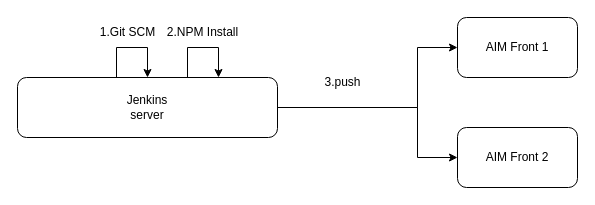
The draw.io diagram VF/aim-front-pipe.drawio in yeahsyoung/diagram, before the edit. Source tidied: cells renumbered, new cells numbered last; positions are measured from the earlier drawing's top-left corner, leaving out a move shared by most shapes. Both pictures are drawn from the tidied source at 100%, with x=0, y=0 at pixel (17, 17).
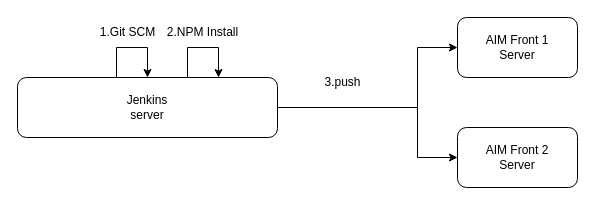
After the change.

Diff of the diagram source:
```diff
@@
 <mxGraphModel>
   <root>
     <mxCell id="0" />
     <mxCell id="1" parent="0" />
     <mxCell id="2" style="edgeStyle=orthogonalEdgeStyle;rounded=0;jettySize=auto;html=1;exitX=1;exitY=0.5;exitDx=0;exitDy=0;" parent="1" edge="1" source="4" target="5">
       <mxGeometry relative="1" as="geometry">
         <Array as="points">
           <mxPoint x="400" y="90" />
           <mxPoint x="400" y="30" />
         </Array>
       </mxGeometry>
     </mxCell>
     <mxCell id="3" style="edgeStyle=orthogonalEdgeStyle;rounded=0;jettySize=auto;html=1;exitX=1;exitY=0.5;exitDx=0;exitDy=0;" parent="1" edge="1" source="4" target="6">
       <mxGeometry relative="1" as="geometry">
         <Array as="points">
           <mxPoint x="400" y="90" />
           <mxPoint x="400" y="140" />
         </Array>
       </mxGeometry>
     </mxCell>
     <mxCell id="4" value="Jenkins&lt;br&gt;server" style="rounded=1;whiteSpace=wrap;html=1;align=center;" parent="1" vertex="1">
       <mxGeometry y="60" width="260" height="60" as="geometry" />
     </mxCell>
-    <mxCell id="5" value="AIM Front 1" style="rounded=1;whiteSpace=wrap;html=1;" parent="1" vertex="1">
+    <mxCell id="5" value="AIM Front 1&lt;br&gt;Server" style="rounded=1;whiteSpace=wrap;html=1;" parent="1" vertex="1">
       <mxGeometry x="440" width="120" height="60" as="geometry" />
     </mxCell>
-    <mxCell id="6" value="AIM Front 2" style="rounded=1;whiteSpace=wrap;html=1;" parent="1" vertex="1">
+    <mxCell id="6" value="AIM Front 2&lt;br&gt;Server" style="rounded=1;whiteSpace=wrap;html=1;" parent="1" vertex="1">
       <mxGeometry x="440" y="110" width="120" height="60" as="geometry" />
     </mxCell>
     <mxCell id="7" value="1.Git SCM" style="text;html=1;align=center;verticalAlign=middle;strokeColor=none;fillColor=none;" parent="1" vertex="1">
       <mxGeometry x="70" width="80" height="30" as="geometry" />
     </mxCell>
     <mxCell id="8" style="endArrow=classic;html=1;rounded=0;exitX=0.078;exitY=-0.007;exitDx=0;exitDy=0;exitPerimeter=0;" parent="1" edge="1">
       <mxGeometry relative="1" as="geometry">
         <mxPoint x="170" y="60" as="sourcePoint" />
         <mxPoint x="201" y="60" as="targetPoint" />
         <Array as="points">
           <mxPoint x="170" y="30" />
           <mxPoint x="201" y="30" />
         </Array>
       </mxGeometry>
     </mxCell>
     <mxCell id="9" value="2.NPM Install" style="text;html=1;align=center;verticalAlign=middle;strokeColor=none;fillColor=none;" parent="1" vertex="1">
       <mxGeometry x="140" width="90" height="30" as="geometry" />
     </mxCell>
     <mxCell id="10" value="3.push" style="text;html=1;align=center;verticalAlign=middle;strokeColor=none;fillColor=none;" parent="1" vertex="1">
       <mxGeometry x="295" y="50" width="60" height="30" as="geometry" />
     </mxCell>
     <mxCell id="11" style="endArrow=classic;html=1;rounded=0;exitX=0.078;exitY=-0.007;exitDx=0;exitDy=0;exitPerimeter=0;" parent="1" edge="1">
       <mxGeometry relative="1" as="geometry">
         <mxPoint x="99" y="60" as="sourcePoint" />
         <mxPoint x="130" y="60" as="targetPoint" />
         <Array as="points">
           <mxPoint x="99" y="30" />
           <mxPoint x="130" y="30" />
         </Array>
       </mxGeometry>
     </mxCell>
   </root>
 </mxGraphModel>
```
